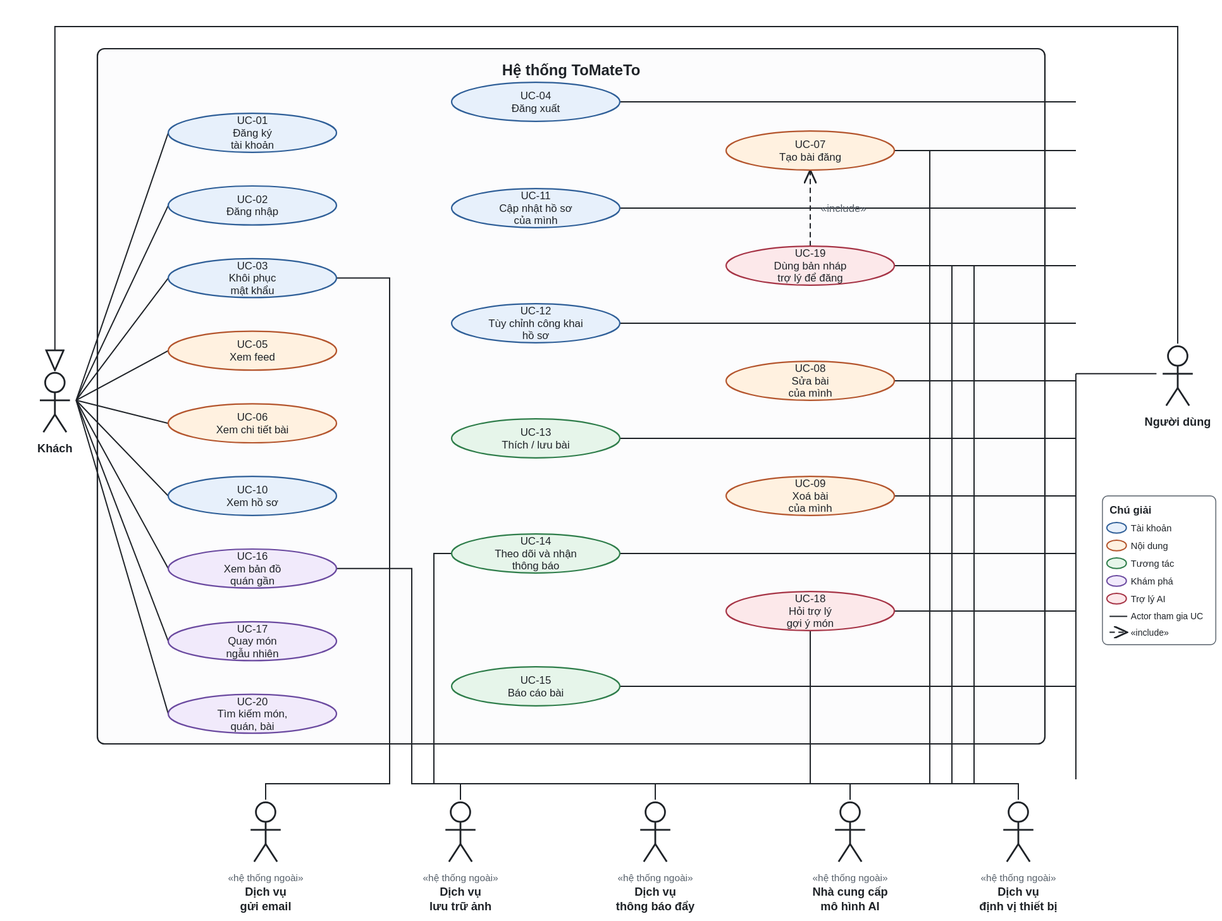
Earlier version of the PlantUML export docs/yeu_cau/hinh/2.1-A_usecase.svg (anqp5002/ToMateTo). Its source is kept beside it as docs/yeu_cau/hinh/2.1-A_usecase.puml.
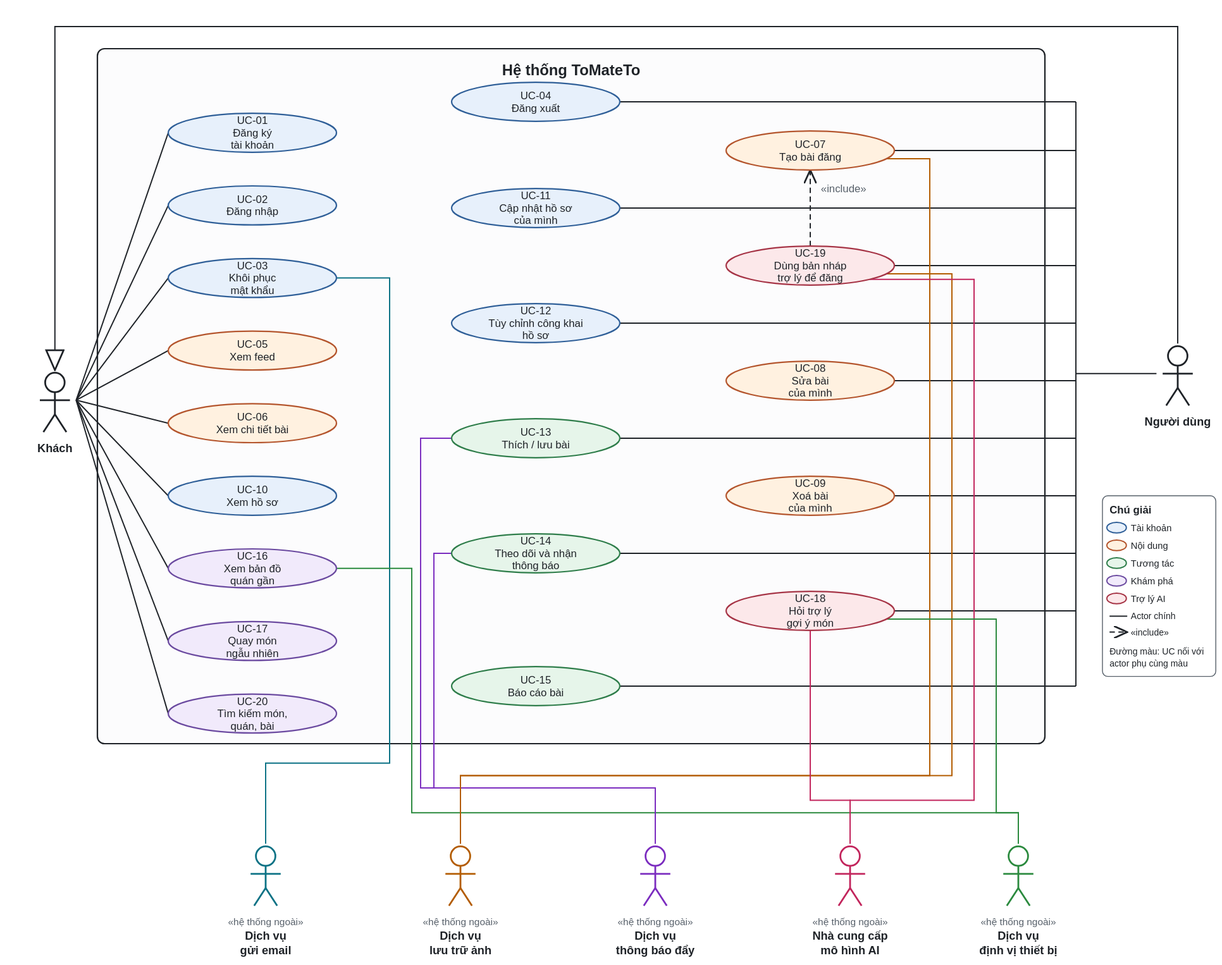
Later version of the same file.

Commit message:
docs(s1): cập nhật sơ đồ Use Case và Catalog sau rà soát

The edit, as a diff of the source:
```diff
@@ -73,8 +73,10 @@
 U03 -- EMAIL
 U07 -- IMG
 U19 -- IMG
+U13 -- PUSH
 U14 -- PUSH
 U18 -- AI
+U18 -- GEO
 U19 -- AI
 U16 -- GEO
 @enduml
```
